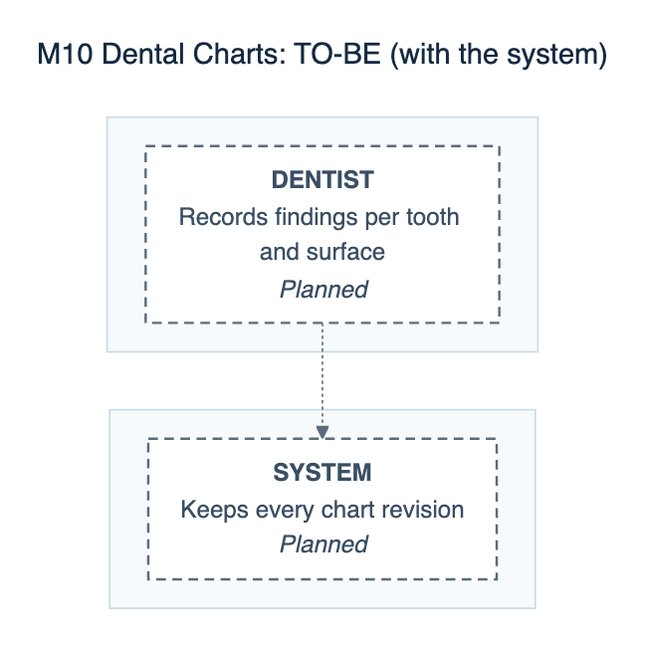
Earlier version of the Mermaid export docs/defense/diagrams/png/M10-dental-charts-to-be.png (0phem/multibranch-dental-clinic). Its source is kept beside it as docs/defense/diagrams/M10-dental-charts-to-be.mmd. Source of this version:
```mermaid
---
title: "M10 Dental Charts: TO-BE (with the system)"
---
flowchart TB
    subgraph L2[" "]
    direction LR
      S0["<b>DENTIST</b><br/>Records findings per tooth and surface<br/><i>Planned</i>"]:::planned
    end
    subgraph L4[" "]
    direction LR
      S1["<b>SYSTEM</b><br/>Keeps every chart revision<br/><i>Planned</i>"]:::planned
    end
    S0 -.-> S1
    classDef cited fill:#eaf3fd,stroke:#1865ac,color:#142a40,stroke-width:1.5px
    classDef confirm fill:#fffaf0,stroke:#b26a00,color:#5e3c00,stroke-width:1.5px,stroke-dasharray:6 4
    classDef auto fill:#e6f5ee,stroke:#0c7f75,color:#0f3d33,stroke-width:1.5px
    classDef manual fill:#eaf3fd,stroke:#1865ac,color:#142a40,stroke-width:1.5px
    classDef mock fill:#f3f5f7,stroke:#5a6b7d,color:#3a4e63,stroke-width:1.5px,stroke-dasharray:3 3
    classDef planned fill:#ffffff,stroke:#5a6b7d,color:#3a4e63,stroke-width:1.5px,stroke-dasharray:6 4
```
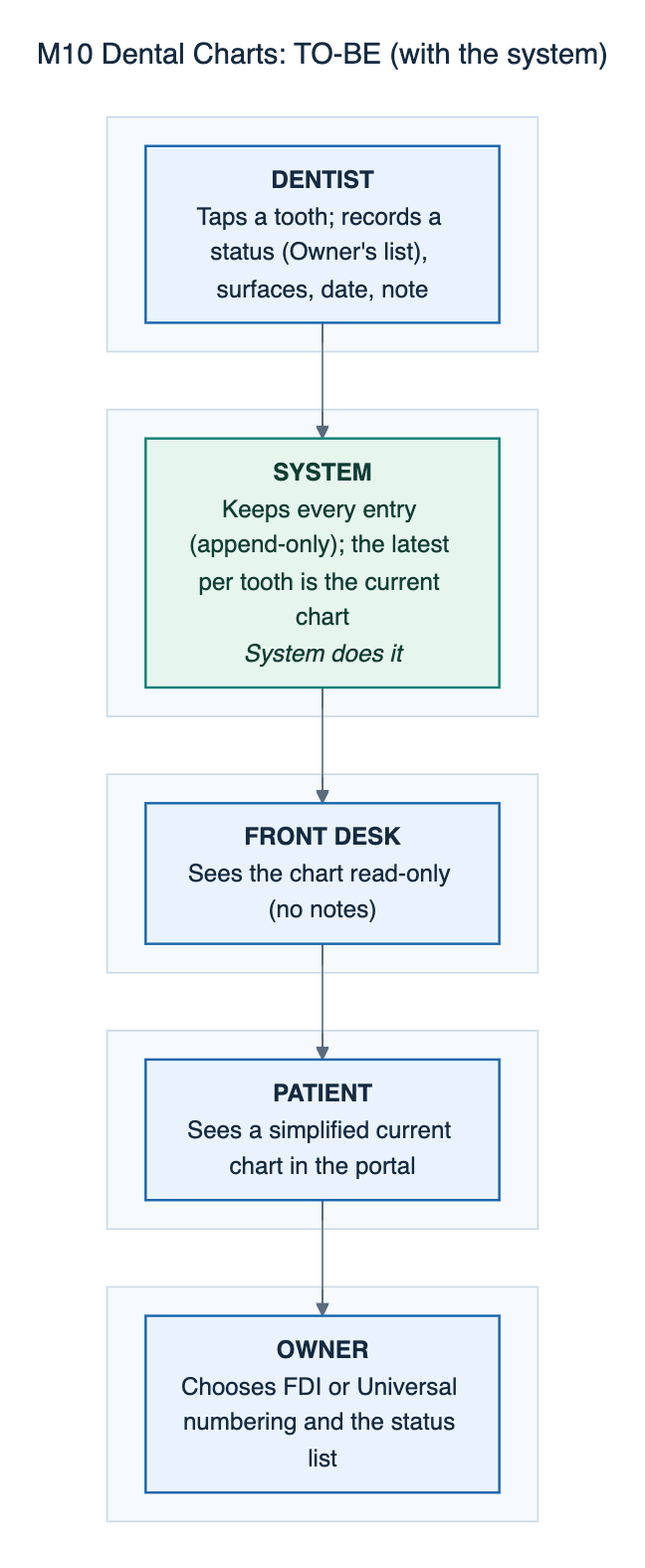
Later version of the same file.

Change to the diagram source:
```diff
@@ -2,15 +2,30 @@
 title: "M10 Dental Charts: TO-BE (with the system)"
 ---
 flowchart TB
+    subgraph L0[" "]
+    direction LR
+      S3["<b>PATIENT</b><br/>Sees a simplified current chart in the portal"]:::manual
+    end
+    subgraph L1[" "]
+    direction LR
+      S2["<b>FRONT DESK</b><br/>Sees the chart read-only (no notes)"]:::manual
+    end
     subgraph L2[" "]
     direction LR
-      S0["<b>DENTIST</b><br/>Records findings per tooth and surface<br/><i>Planned</i>"]:::planned
+      S0["<b>DENTIST</b><br/>Taps a tooth; records a status (Owner's list), surfaces, date, note"]:::manual
+    end
+    subgraph L3[" "]
+    direction LR
+      S4["<b>OWNER</b><br/>Chooses FDI or Universal numbering and the status list"]:::manual
     end
     subgraph L4[" "]
     direction LR
-      S1["<b>SYSTEM</b><br/>Keeps every chart revision<br/><i>Planned</i>"]:::planned
+      S1["<b>SYSTEM</b><br/>Keeps every entry (append-only); the latest per tooth is the current chart<br/><i>System does it</i>"]:::auto
     end
-    S0 -.-> S1
+    S0 --> S1
+    S1 --> S2
+    S2 --> S3
+    S3 --> S4
     classDef cited fill:#eaf3fd,stroke:#1865ac,color:#142a40,stroke-width:1.5px
     classDef confirm fill:#fffaf0,stroke:#b26a00,color:#5e3c00,stroke-width:1.5px,stroke-dasharray:6 4
     classDef auto fill:#e6f5ee,stroke:#0c7f75,color:#0f3d33,stroke-width:1.5px
```
